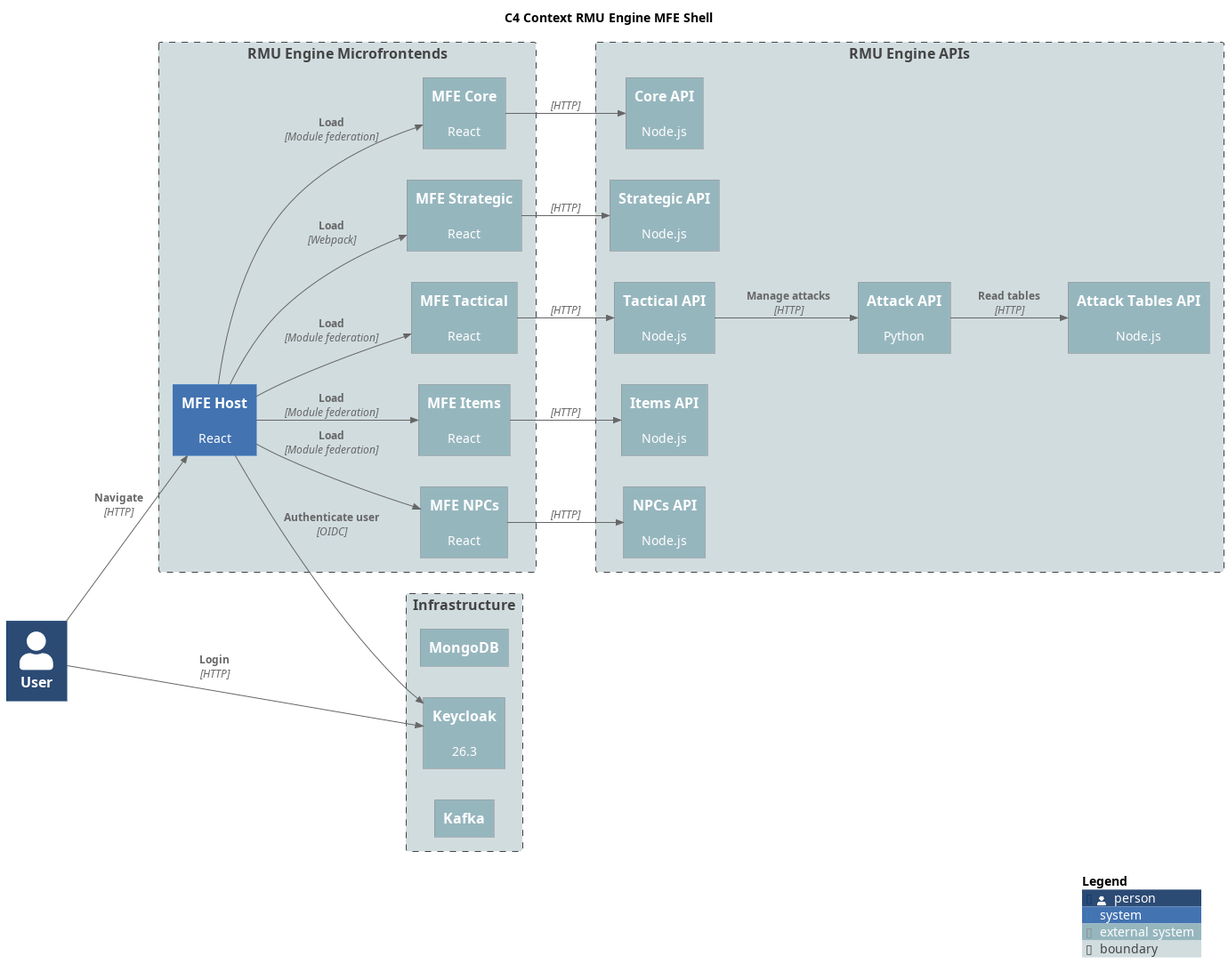
This is diagrams/c4-context.png from labcabrera/rmu-mfe-shell, a PlantUML export, as it was before one commit.
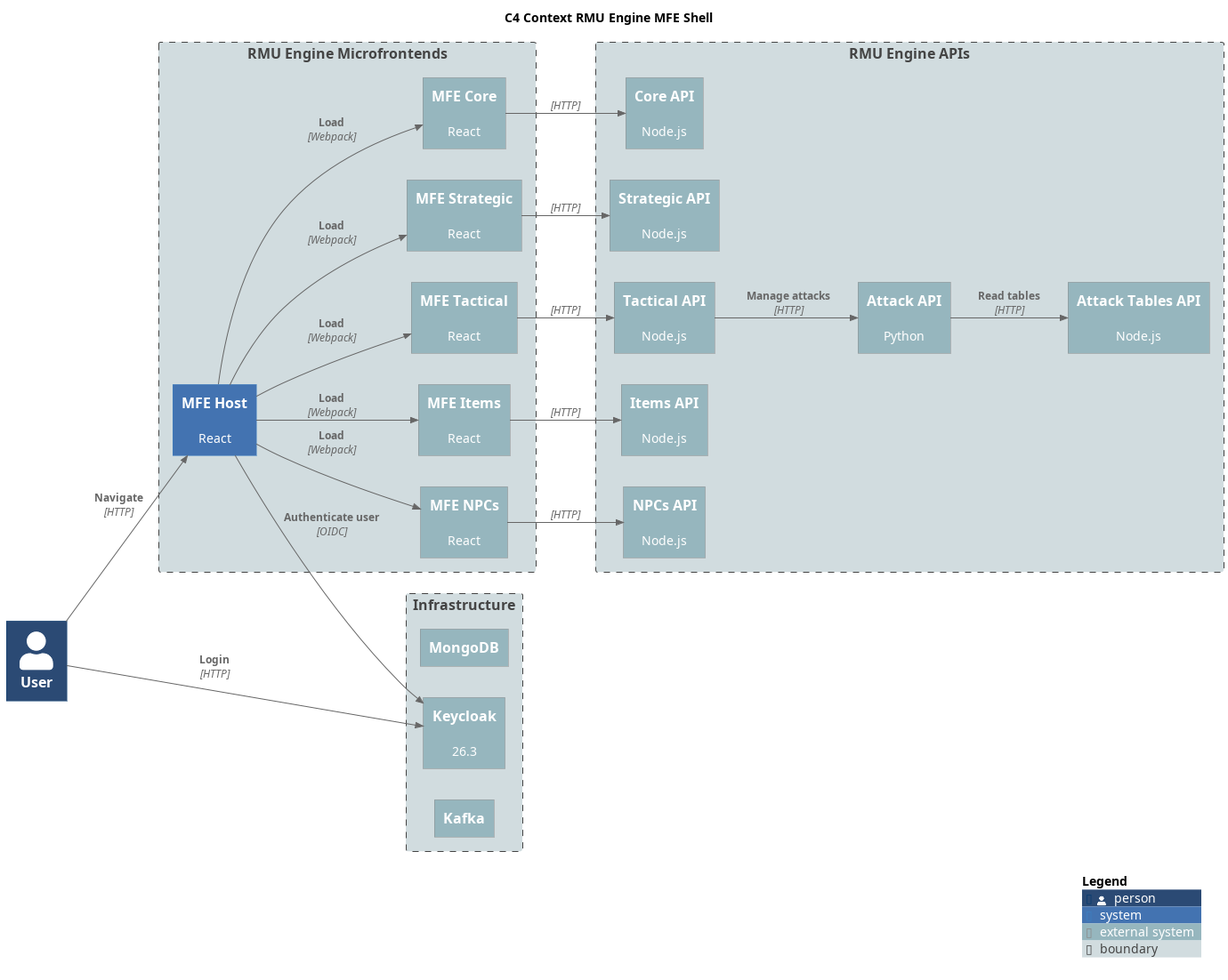
Later version of the same file.

The edit, as a diff of the source:
```diff
@@ -42,11 +42,11 @@
 
 Rel(rmu_mfe_shell, keycloak, "Authenticate user", "OIDC")
 
-Rel(rmu_mfe_shell, rmu_mfe_core, "Load", "Module federation")
+Rel(rmu_mfe_shell, rmu_mfe_core, "Load", "Webpack")
 Rel(rmu_mfe_shell, rmu_mfe_strategic, "Load", "Webpack")
-Rel(rmu_mfe_shell, rmu_mfe_tactical, "Load", "Module federation")
-Rel(rmu_mfe_shell, rmu_mfe_npc, "Load", "Module federation")
-Rel(rmu_mfe_shell, rmu_mfe_items, "Load", "Module federation")
+Rel(rmu_mfe_shell, rmu_mfe_tactical, "Load", "Webpack")
+Rel(rmu_mfe_shell, rmu_mfe_npc, "Load", "Webpack")
+Rel(rmu_mfe_shell, rmu_mfe_items, "Load", "Webpack")
 
 Rel(rmu_mfe_core, rmu_api_core, "", "HTTP")
 
```
